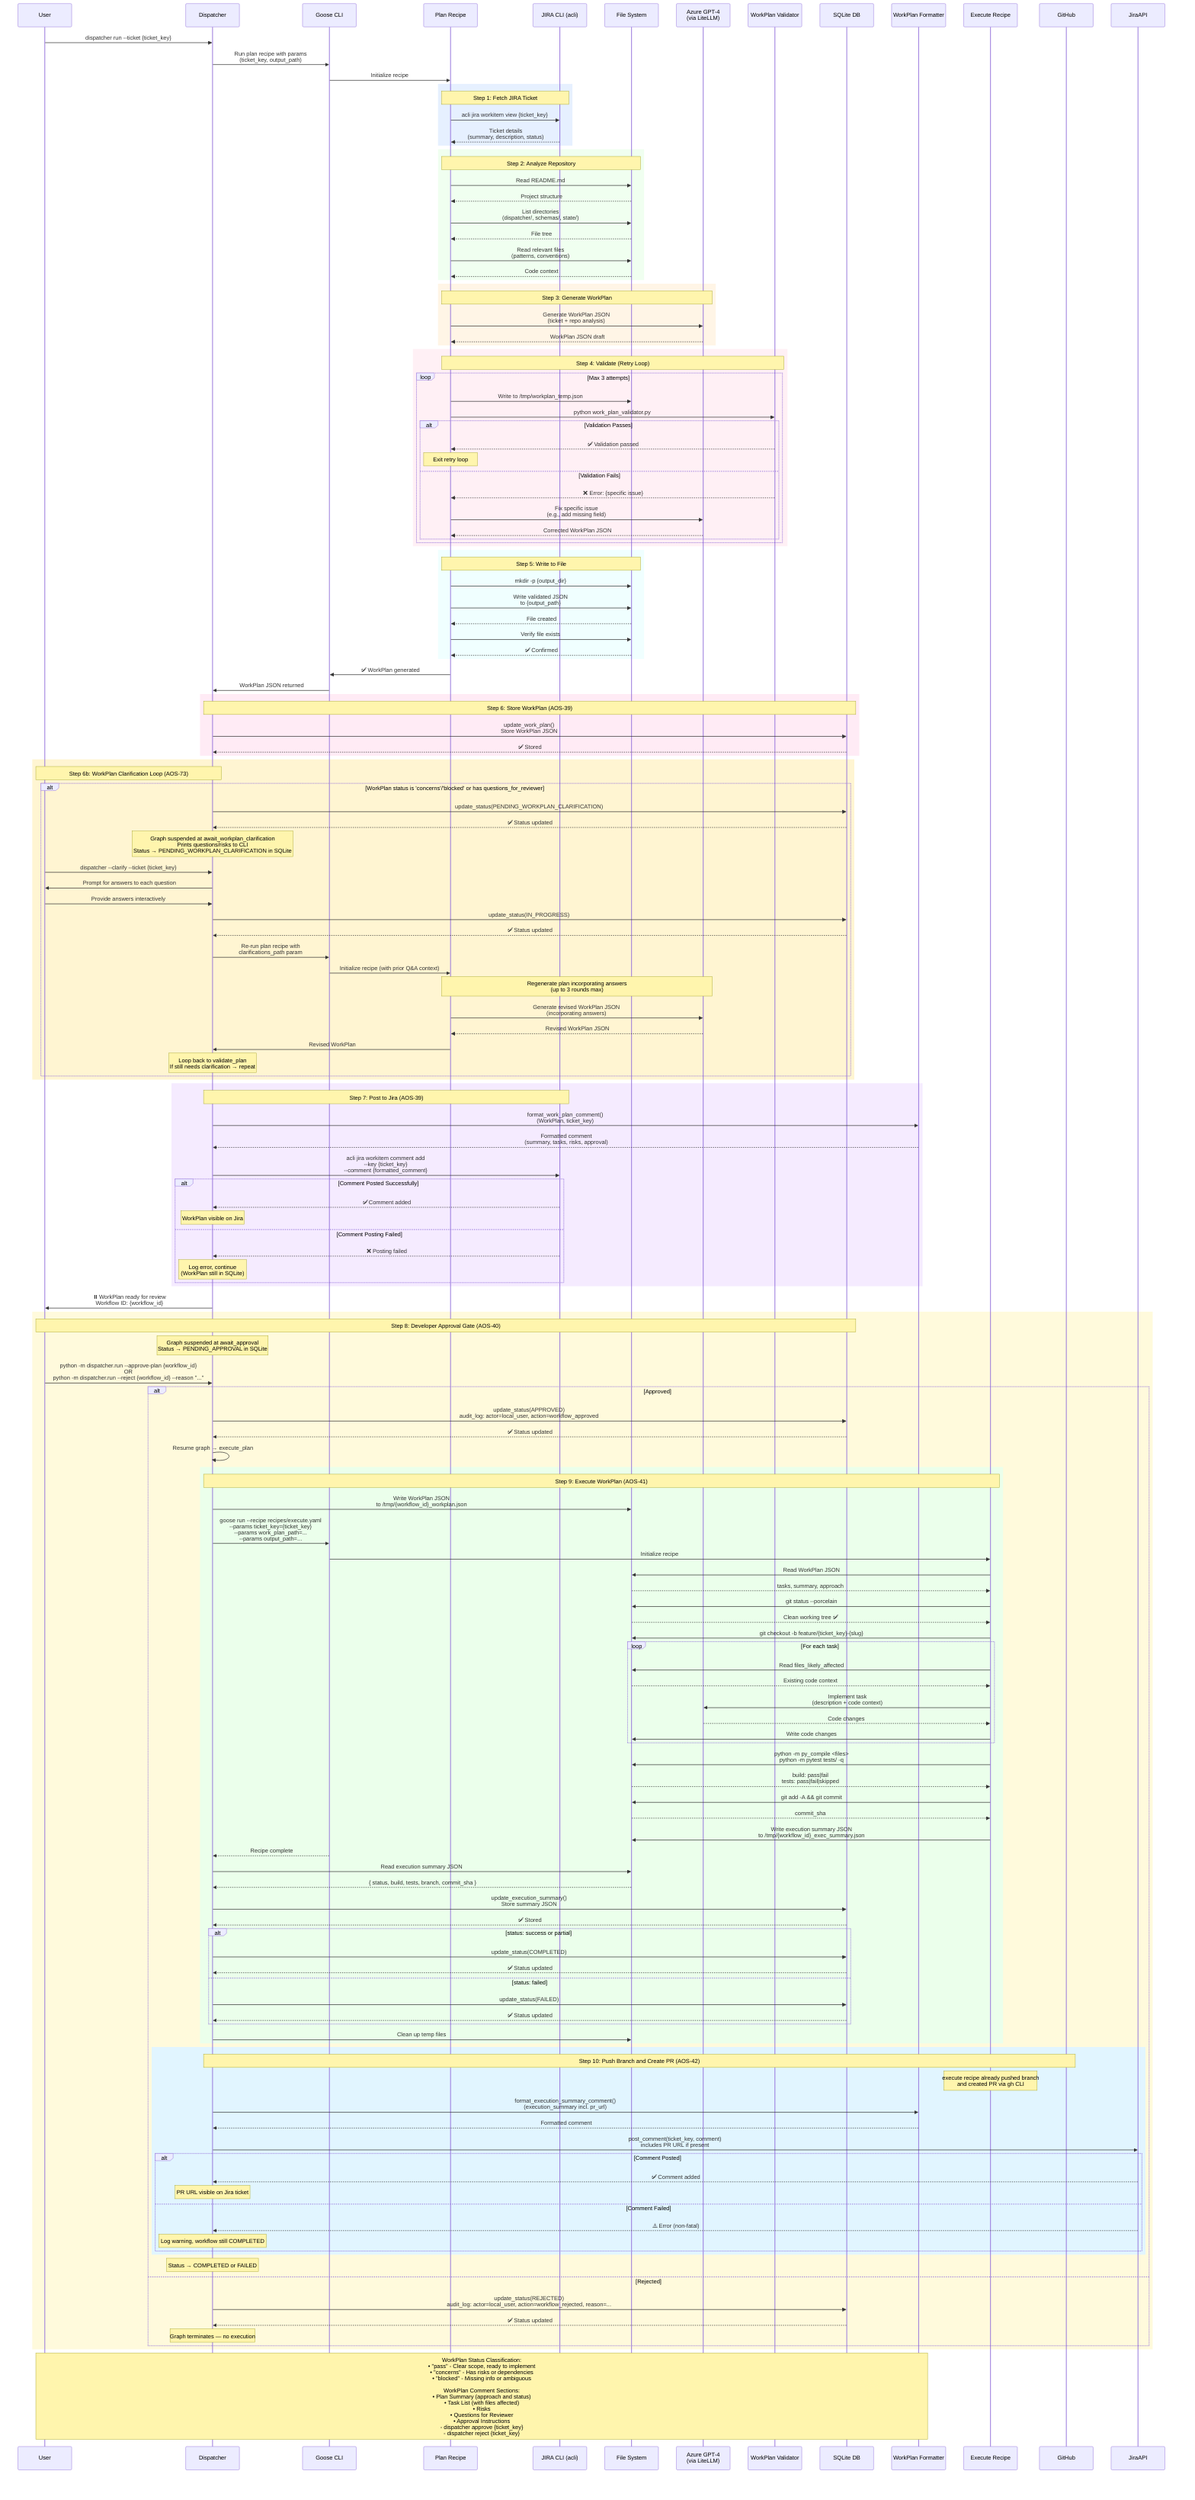
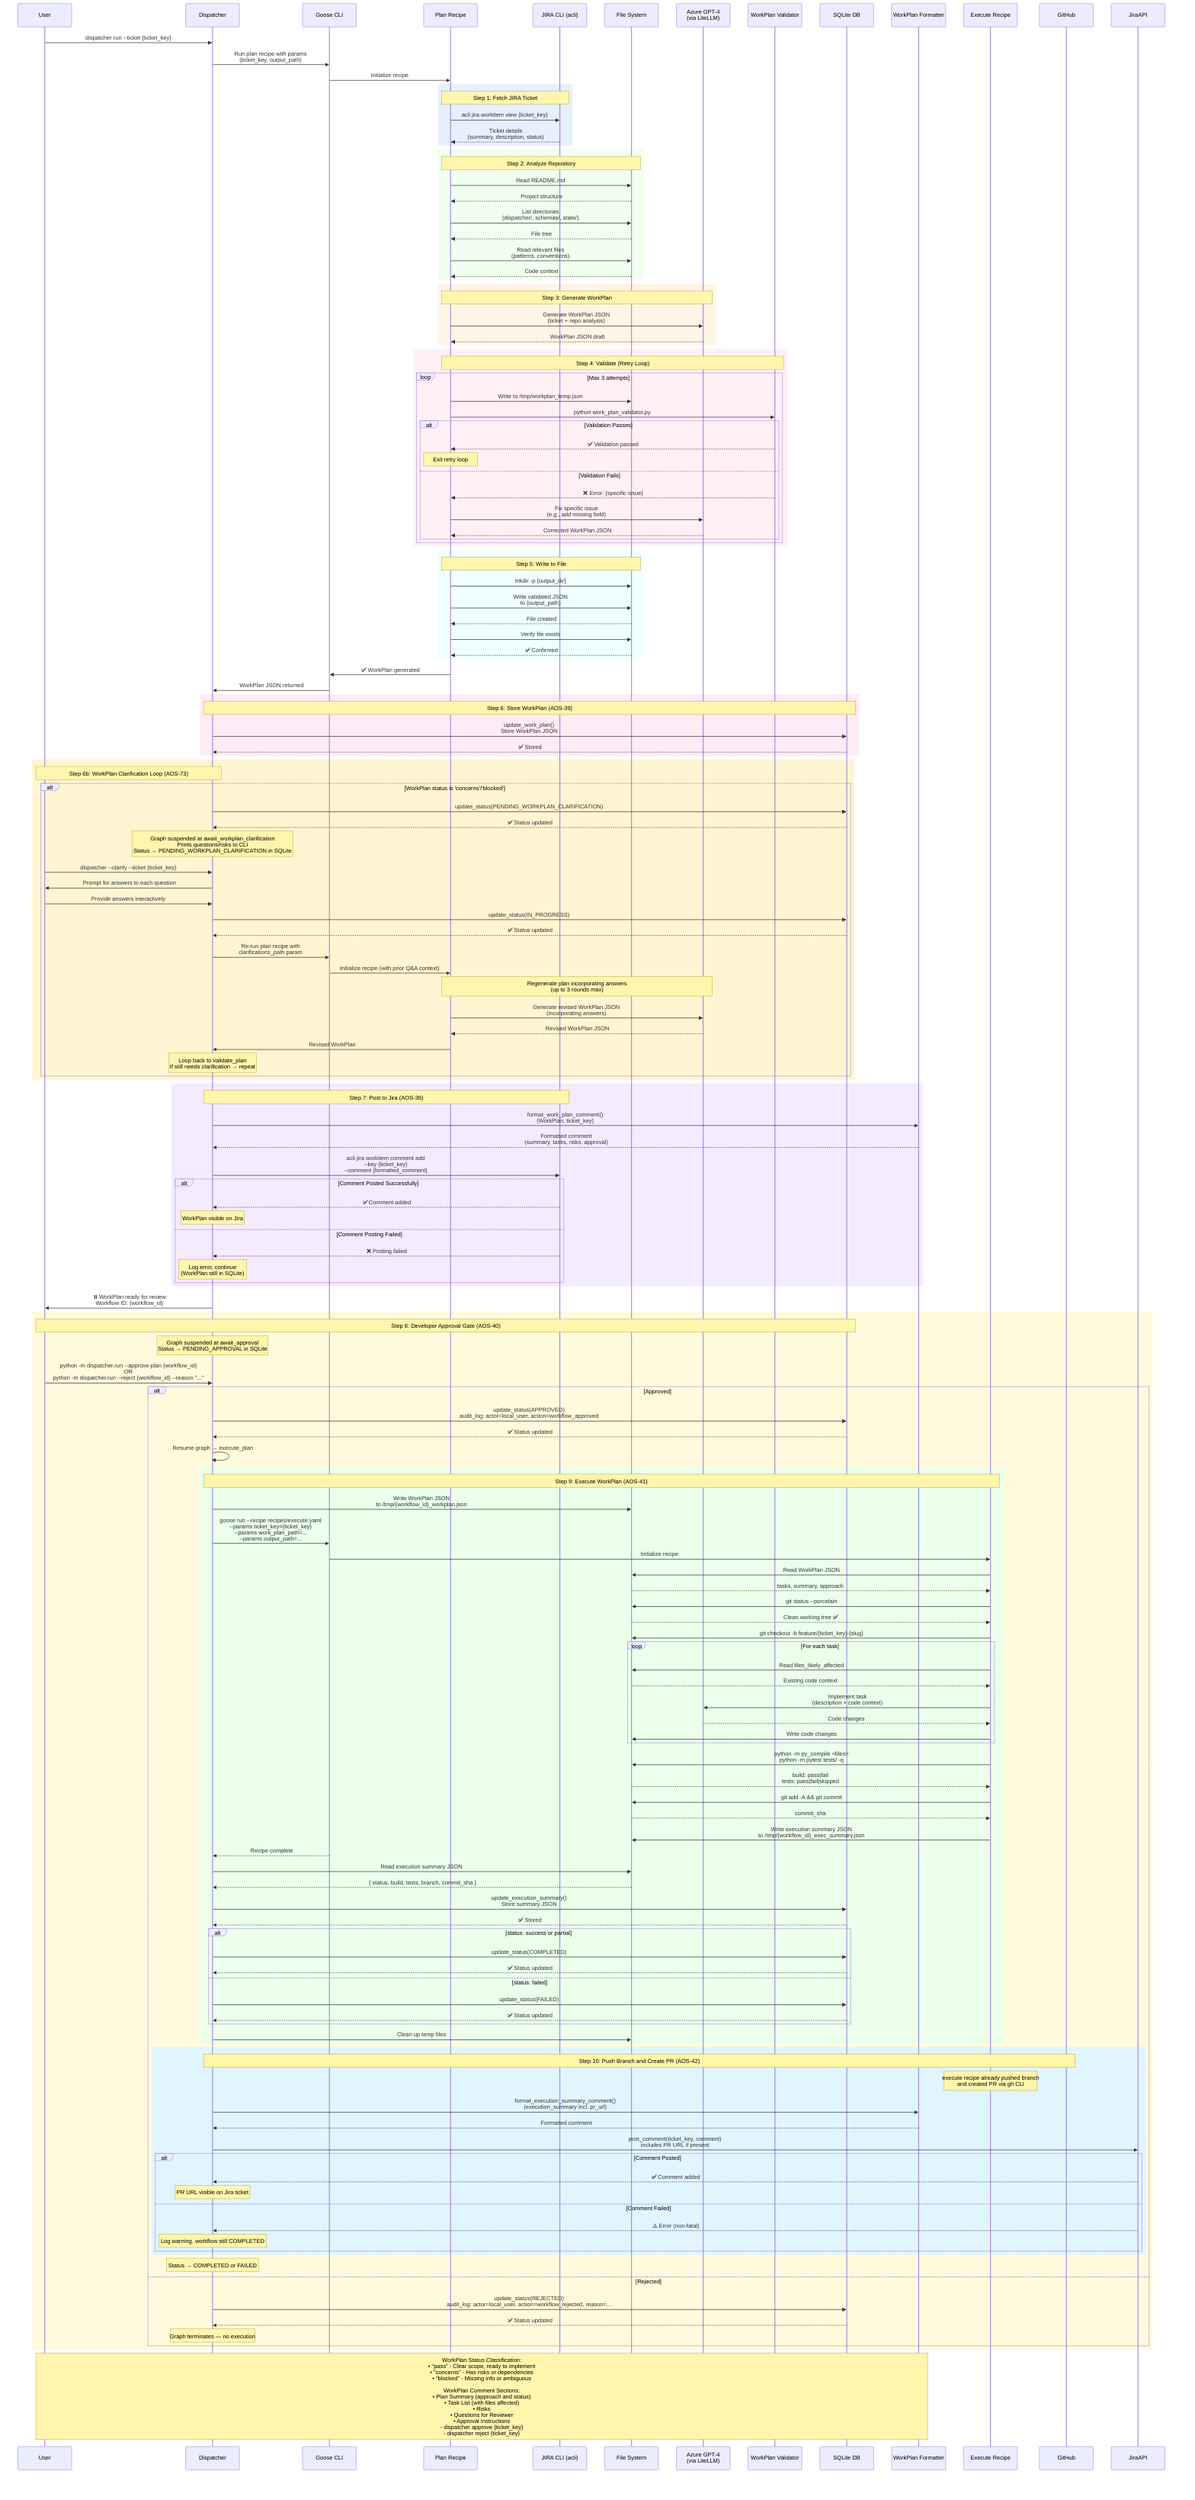
sequenceDiagram
    participant User
    participant Dispatcher as Dispatcher
    participant Goose as Goose CLI
    participant Recipe as Plan Recipe
    participant ACLI as JIRA CLI (acli)
    participant FileSystem as File System
    participant LLM as Azure GPT-4<br/>(via LiteLLM)
    participant Validator as WorkPlan Validator
    participant SQLite as SQLite DB
    participant Formatter as WorkPlan Formatter
    participant ExecRecipe as Execute Recipe

    User->>Dispatcher: dispatcher run --ticket {ticket_key}
    Dispatcher->>Goose: Run plan recipe with params<br/>(ticket_key, output_path)
    Goose->>Recipe: Initialize recipe

    rect rgb(230, 240, 255)
        Note over Recipe,ACLI: Step 1: Fetch JIRA Ticket
        Recipe->>ACLI: acli jira workitem view {ticket_key}
        ACLI-->>Recipe: Ticket details<br/>(summary, description, status)
    end

    rect rgb(240, 255, 240)
        Note over Recipe,FileSystem: Step 2: Analyze Repository
        Recipe->>FileSystem: Read README.md
        FileSystem-->>Recipe: Project structure
        Recipe->>FileSystem: List directories<br/>(dispatcher/, schemas/, state/)
        FileSystem-->>Recipe: File tree
        Recipe->>FileSystem: Read relevant files<br/>(patterns, conventions)
        FileSystem-->>Recipe: Code context
    end

    rect rgb(255, 245, 230)
        Note over Recipe,LLM: Step 3: Generate WorkPlan
        Recipe->>LLM: Generate WorkPlan JSON<br/>(ticket + repo analysis)
        LLM-->>Recipe: WorkPlan JSON draft
    end

    rect rgb(255, 240, 245)
        Note over Recipe,Validator: Step 4: Validate (Retry Loop)
        loop Max 3 attempts
            Recipe->>FileSystem: Write to /tmp/workplan_temp.json
            Recipe->>Validator: python work_plan_validator.py
            alt Validation Passes
                Validator-->>Recipe: ✅ Validation passed
                Note over Recipe: Exit retry loop
            else Validation Fails
                Validator-->>Recipe: ❌ Error: {specific issue}
                Recipe->>LLM: Fix specific issue<br/>(e.g., add missing field)
                LLM-->>Recipe: Corrected WorkPlan JSON
            end
        end
    end

    rect rgb(240, 255, 255)
        Note over Recipe,FileSystem: Step 5: Write to File
        Recipe->>FileSystem: mkdir -p {output_dir}
        Recipe->>FileSystem: Write validated JSON<br/>to {output_path}
        FileSystem-->>Recipe: File created
        Recipe->>FileSystem: Verify file exists
        FileSystem-->>Recipe: ✅ Confirmed
    end

    Recipe->>Goose: ✅ WorkPlan generated
    Goose->>Dispatcher: WorkPlan JSON returned

    rect rgb(255, 235, 245)
        Note over Dispatcher,SQLite: Step 6: Store WorkPlan (AOS-39)
        Dispatcher->>SQLite: update_work_plan()<br/>Store WorkPlan JSON
        SQLite-->>Dispatcher: ✅ Stored
    end

    rect rgb(255, 245, 210)
        Note over User,Dispatcher: Step 6b: WorkPlan Clarification Loop (AOS-73)
-         alt WorkPlan status is 'concerns'/'blocked' or has questions_for_reviewer
+         alt WorkPlan status is 'concerns'/'blocked'
            Dispatcher->>SQLite: update_status(PENDING_WORKPLAN_CLARIFICATION)
            SQLite-->>Dispatcher: ✅ Status updated
            Note over Dispatcher: Graph suspended at await_workplan_clarification<br/>Prints questions/risks to CLI<br/>Status → PENDING_WORKPLAN_CLARIFICATION in SQLite
            User->>Dispatcher: dispatcher --clarify --ticket {ticket_key}
            Dispatcher->>User: Prompt for answers to each question
            User->>Dispatcher: Provide answers interactively
            Dispatcher->>SQLite: update_status(IN_PROGRESS)
            SQLite-->>Dispatcher: ✅ Status updated
            Dispatcher->>Goose: Re-run plan recipe with<br/>clarifications_path param
            Goose->>Recipe: Initialize recipe (with prior Q&A context)
            Note over Recipe,LLM: Regenerate plan incorporating answers<br/>(up to 3 rounds max)
            Recipe->>LLM: Generate revised WorkPlan JSON<br/>(incorporating answers)
            LLM-->>Recipe: Revised WorkPlan JSON
            Recipe->>Dispatcher: Revised WorkPlan
            Note over Dispatcher: Loop back to validate_plan<br/>If still needs clarification → repeat
        end
    end

    rect rgb(245, 235, 255)
        Note over Dispatcher,ACLI: Step 7: Post to Jira (AOS-39)
        Dispatcher->>Formatter: format_work_plan_comment()<br/>(WorkPlan, ticket_key)
        Formatter-->>Dispatcher: Formatted comment<br/>(summary, tasks, risks, approval)
        Dispatcher->>ACLI: acli jira workitem comment add<br/>--key {ticket_key}<br/>--comment {formatted_comment}
        alt Comment Posted Successfully
            ACLI-->>Dispatcher: ✅ Comment added
            Note over Dispatcher: WorkPlan visible on Jira
        else Comment Posting Failed
            ACLI-->>Dispatcher: ❌ Posting failed
            Note over Dispatcher: Log error, continue<br/>(WorkPlan still in SQLite)
        end
    end

    Dispatcher->>User: ⏸️ WorkPlan ready for review<br/>Workflow ID: {workflow_id}

    rect rgb(255, 250, 220)
        Note over User,SQLite: Step 8: Developer Approval Gate (AOS-40)
        Note over Dispatcher: Graph suspended at await_approval<br/>Status → PENDING_APPROVAL in SQLite
        User->>Dispatcher: python -m dispatcher.run --approve-plan {workflow_id}<br/>OR<br/>python -m dispatcher.run --reject {workflow_id} --reason "..."
        alt Approved
            Dispatcher->>SQLite: update_status(APPROVED)<br/>audit_log: actor=local_user, action=workflow_approved
            SQLite-->>Dispatcher: ✅ Status updated
            Dispatcher->>Dispatcher: Resume graph → execute_plan

            rect rgb(235, 255, 235)
                Note over Dispatcher,ExecRecipe: Step 9: Execute WorkPlan (AOS-41)
                Dispatcher->>FileSystem: Write WorkPlan JSON<br/>to /tmp/{workflow_id}_workplan.json
                Dispatcher->>Goose: goose run --recipe recipes/execute.yaml<br/>--params ticket_key={ticket_key}<br/>--params work_plan_path=...<br/>--params output_path=...
                Goose->>ExecRecipe: Initialize recipe
                ExecRecipe->>FileSystem: Read WorkPlan JSON
                FileSystem-->>ExecRecipe: tasks, summary, approach
                ExecRecipe->>FileSystem: git status --porcelain
                FileSystem-->>ExecRecipe: Clean working tree ✅
                ExecRecipe->>FileSystem: git checkout -b feature/{ticket_key}-{slug}
                loop For each task
                    ExecRecipe->>FileSystem: Read files_likely_affected
                    FileSystem-->>ExecRecipe: Existing code context
                    ExecRecipe->>LLM: Implement task<br/>(description + code context)
                    LLM-->>ExecRecipe: Code changes
                    ExecRecipe->>FileSystem: Write code changes
                end
                ExecRecipe->>FileSystem: python -m py_compile <files><br/>python -m pytest tests/ -q
                FileSystem-->>ExecRecipe: build: pass|fail<br/>tests: pass|fail|skipped
                ExecRecipe->>FileSystem: git add -A && git commit
                FileSystem-->>ExecRecipe: commit_sha
                ExecRecipe->>FileSystem: Write execution summary JSON<br/>to /tmp/{workflow_id}_exec_summary.json
                Goose-->>Dispatcher: Recipe complete
                Dispatcher->>FileSystem: Read execution summary JSON
                FileSystem-->>Dispatcher: { status, build, tests, branch, commit_sha }
                Dispatcher->>SQLite: update_execution_summary()<br/>Store summary JSON
                SQLite-->>Dispatcher: ✅ Stored
                alt status: success or partial
                    Dispatcher->>SQLite: update_status(COMPLETED)
                    SQLite-->>Dispatcher: ✅ Status updated
                else status: failed
                    Dispatcher->>SQLite: update_status(FAILED)
                    SQLite-->>Dispatcher: ✅ Status updated
                end
                Dispatcher->>FileSystem: Clean up temp files
            end

            rect rgb(225, 245, 255)
                Note over Dispatcher,GitHub: Step 10: Push Branch and Create PR (AOS-42)
                Note over ExecRecipe: execute recipe already pushed branch<br/>and created PR via gh CLI
                Dispatcher->>Formatter: format_execution_summary_comment()<br/>(execution_summary incl. pr_url)
                Formatter-->>Dispatcher: Formatted comment
                Dispatcher->>JiraAPI: post_comment(ticket_key, comment)<br/>includes PR URL if present
                alt Comment Posted
                    JiraAPI-->>Dispatcher: ✅ Comment added
                    Note over Dispatcher: PR URL visible on Jira ticket
                else Comment Failed
                    JiraAPI-->>Dispatcher: ⚠️ Error (non-fatal)
                    Note over Dispatcher: Log warning, workflow still COMPLETED
                end
            end

            Note over Dispatcher: Status → COMPLETED or FAILED
        else Rejected
            Dispatcher->>SQLite: update_status(REJECTED)<br/>audit_log: actor=local_user, action=workflow_rejected, reason=...
            SQLite-->>Dispatcher: ✅ Status updated
            Note over Dispatcher: Graph terminates — no execution
        end
    end

    Note over User,Formatter: WorkPlan Status Classification:<br/>• "pass" - Clear scope, ready to implement<br/>• "concerns" - Has risks or dependencies<br/>• "blocked" - Missing info or ambiguous<br/><br/>WorkPlan Comment Sections:<br/>• Plan Summary (approach and status)<br/>• Task List (with files affected)<br/>• Risks<br/>• Questions for Reviewer<br/>• Approval Instructions<br/>  - dispatcher approve {ticket_key}<br/>  - dispatcher reject {ticket_key}
